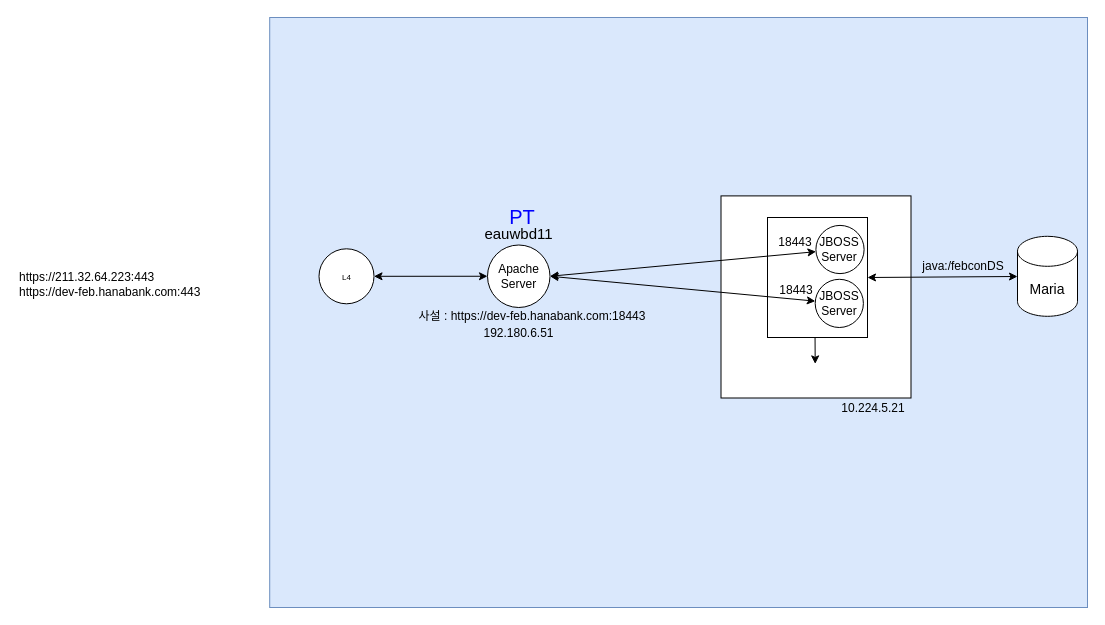
This is page "FEB" (22 of 22) of Untitled Diagram.drawio from nodeman/Kubernetes, a draw.io file, before an edit. Source tidied: cells renumbered, new cells numbered last; positions are measured from the earlier drawing's top-left corner, leaving out a move shared by most shapes. Both pictures are drawn from the tidied source at 100%, with x=0, y=0 at pixel (17, 17).
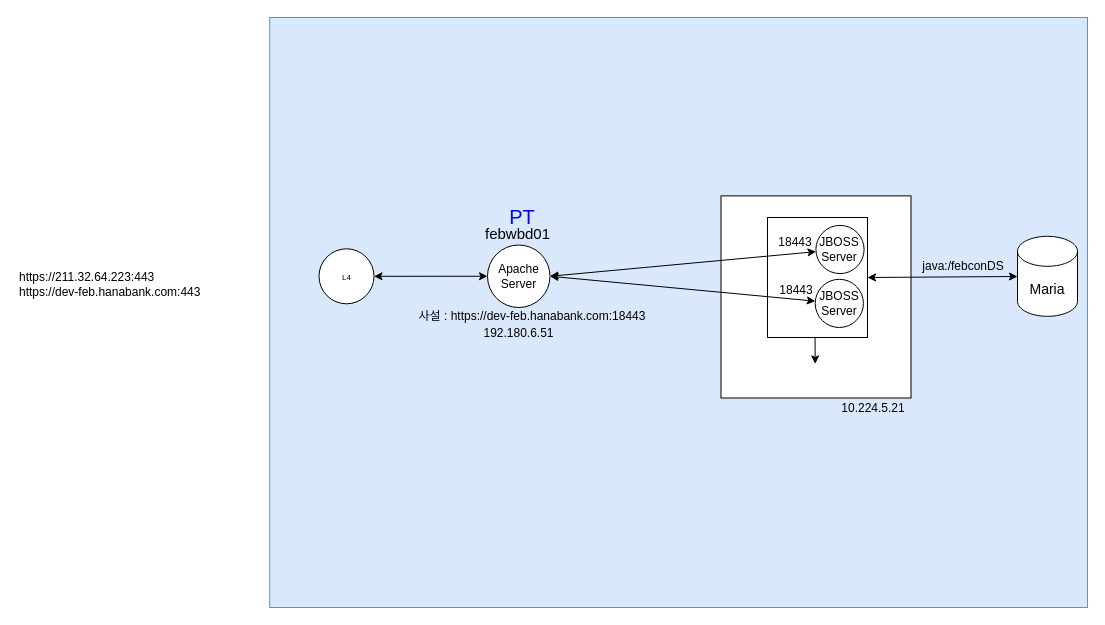
After the change.

The edit, as a diff of the source:
```diff
@@
-    <mxCell id="13" value="eauwbd11" style="text;html=1;strokeColor=none;fillColor=none;align=center;verticalAlign=middle;whiteSpace=wrap;rounded=0;fontColor=#000000;fontSize=15;" parent="1" vertex="1">
-      <mxGeometry x="472.6" y="207.9" width="57.4" height="16.6" as="geometry" />
+    <mxCell id="13" value="febwbd01" style="text;html=1;strokeColor=none;fillColor=none;align=center;verticalAlign=middle;whiteSpace=wrap;rounded=0;fontColor=#000000;fontSize=15;" parent="1" vertex="1">
+      <mxGeometry x="471.6" y="207.9" width="57.4" height="16.6" as="geometry" />
     </mxCell>
```
